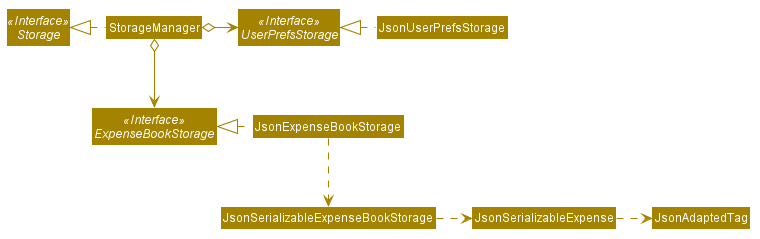
Above: docs/images/StorageClassDiagram.png in nus-cs2103-AY2021S1/tp (PlantUML), before the change. The source it was exported from:
```plantuml
@startuml








skinparam BackgroundColor #FFFFFFF

skinparam Shadowing false

skinparam Class {
    FontColor #FFFFFF
    BorderThickness 1
    BorderColor #FFFFFF
    StereotypeFontColor #FFFFFF
    FontName Arial
}

skinparam Actor {
    BorderColor #000000
    Color #000000
    FontName Arial
}

skinparam Sequence {
    MessageAlign center
    BoxFontSize 15
    BoxPadding 0
    BoxFontColor #FFFFFF
    FontName Arial
}

skinparam Participant {
    FontColor #FFFFFFF
    Padding 20
}

skinparam MinClassWidth 50
skinparam ParticipantPadding 10
skinparam Shadowing false
skinparam DefaultTextAlignment center
skinparam packageStyle Rectangle

hide footbox
hide members
hide circle
skinparam arrowThickness 1.1
skinparam arrowColor #A38300
skinparam classBackgroundColor #A38300

Interface Storage <<Interface>>
Interface UserPrefsStorage <<Interface>>
Interface ExpenseBookStorage <<Interface>>

Class StorageManager
Class JsonUserPrefsStorage
Class JsonExpenseBookStorage

StorageManager .left.|> Storage
StorageManager o-right-> UserPrefsStorage
StorageManager o--> ExpenseBookStorage

JsonUserPrefsStorage .left.|> UserPrefsStorage
JsonExpenseBookStorage .left.|> ExpenseBookStorage
JsonExpenseBookStorage .down.> JsonSerializableExpenseBookStorage
JsonSerializableExpenseBookStorage .right.> JsonSerializableExpense
JsonSerializableExpense .right.> JsonAdaptedTag
@enduml
```
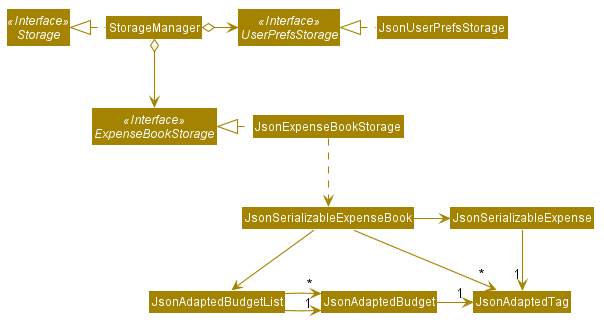
The same diagram one commit later.

Commit message:
Update Storage class diagram

Diff of the diagram source:
```diff
@@ -65,7 +65,12 @@
 
 JsonUserPrefsStorage .left.|> UserPrefsStorage
 JsonExpenseBookStorage .left.|> ExpenseBookStorage
-JsonExpenseBookStorage .down.> JsonSerializableExpenseBookStorage
-JsonSerializableExpenseBookStorage .right.> JsonSerializableExpense
-JsonSerializableExpense .right.> JsonAdaptedTag
+JsonExpenseBookStorage .down.> JsonSerializableExpenseBook
+JsonSerializableExpenseBook -right-> JsonSerializableExpense
+JsonSerializableExpenseBook -down-> "*" JsonAdaptedTag
+JsonSerializableExpense -right-> "1" JsonAdaptedTag
+JsonSerializableExpenseBook -down-> JsonAdaptedBudgetList
+JsonAdaptedBudgetList -right-> "1" JsonAdaptedBudget
+JsonAdaptedBudgetList -down-> "*" JsonAdaptedBudget
+JsonAdaptedBudget -right-> "1" JsonAdaptedTag
 @enduml
```
